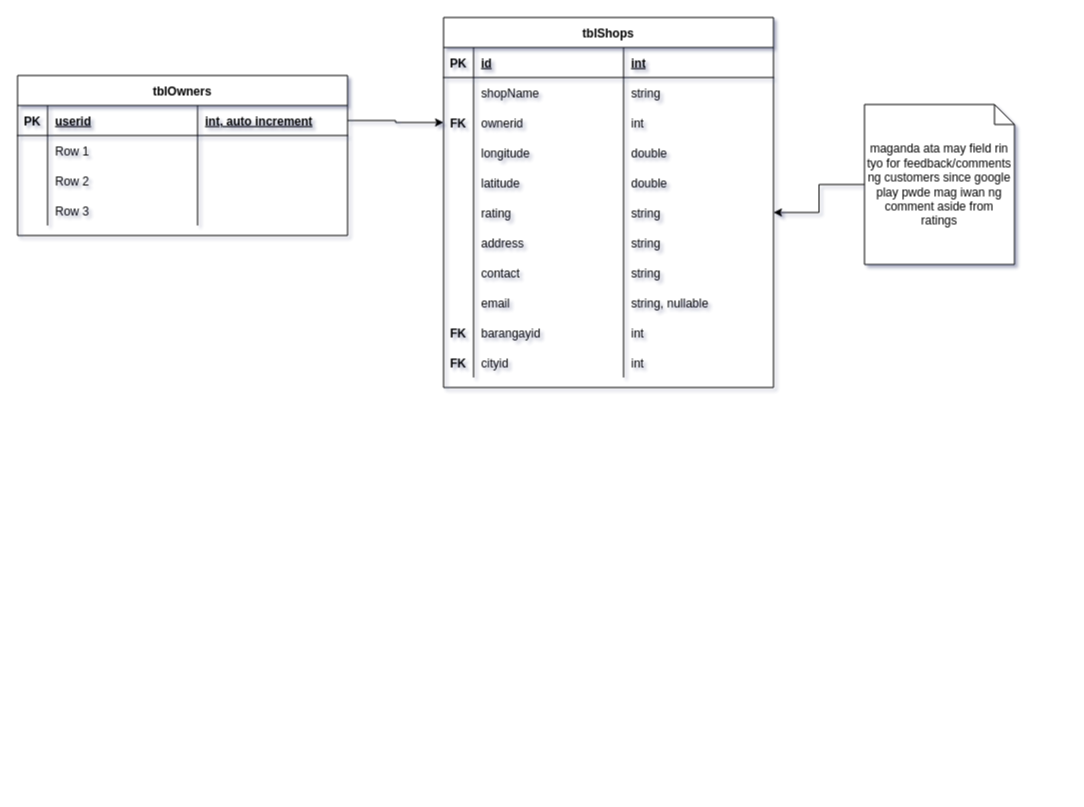
Earlier version of the draw.io diagram Diagrams/ERD.drawio (iampotato16/AppointCut). Source tidied: cells renumbered, new cells numbered last; positions are measured from the earlier drawing's top-left corner, leaving out a move shared by most shapes. Both pictures are drawn from the tidied source at 100%, with x=0, y=0 at pixel (17, 17).
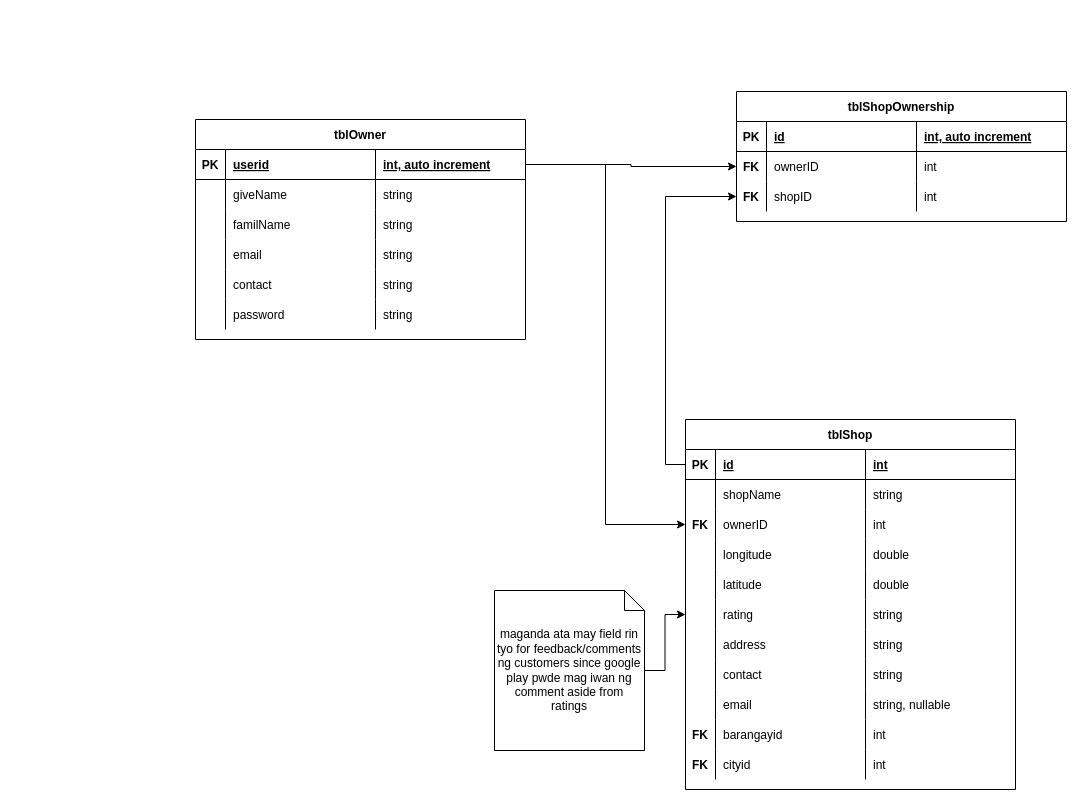
The same page after the edit.

The change refers to these unchanged cells:
```xml
<mxCell id="3" style="shape=partialRectangle;fillColor=none;top=0;left=0;bottom=1;right=0;points=[[0,0.5],[1,0.5]];portConstraint=eastwest;strokeColor=default;" parent="2" vertex="1">
  <mxGeometry y="30" width="330" height="30" as="geometry" />
</mxCell>
<mxCell id="11" style="shape=partialRectangle;fillColor=none;top=0;left=0;bottom=0;right=0;points=[[0,0.5],[1,0.5]];portConstraint=eastwest;strokeColor=default;" parent="2" vertex="1">
  <mxGeometry y="90" width="330" height="30" as="geometry" />
</mxCell>
<mxCell id="50" style="shape=partialRectangle;fillColor=none;top=0;left=0;bottom=1;right=0;points=[[0,0.5],[1,0.5]];portConstraint=eastwest;labelBackgroundColor=none;strokeColor=default;" parent="49" vertex="1">
  <mxGeometry y="30" width="330" height="30" as="geometry" />
</mxCell>
<mxCell id="54" style="shape=partialRectangle;fillColor=none;top=0;left=0;bottom=0;right=0;labelBackgroundColor=none;strokeColor=default;" parent="49" vertex="1">
  <mxGeometry y="60" width="330" height="30" as="geometry" />
</mxCell>
<mxCell id="58" style="shape=partialRectangle;fillColor=none;top=0;left=0;bottom=0;right=0;labelBackgroundColor=none;strokeColor=default;" parent="49" vertex="1">
  <mxGeometry y="90" width="330" height="30" as="geometry" />
</mxCell>
<mxCell id="62" style="shape=partialRectangle;fillColor=none;top=0;left=0;bottom=0;right=0;labelBackgroundColor=none;strokeColor=default;" parent="49" vertex="1">
  <mxGeometry y="120" width="330" height="30" as="geometry" />
</mxCell>
```

The edit, as a diff of the source:
```diff
@@
-<mxGraphModel shadow="1">
+<mxGraphModel>
@@
-    <mxCell id="2" value="tblShops" style="shape=table;startSize=30;childLayout=tableLayout;rowLines=0;fontStyle=1;align=center;strokeColor=default;" parent="1" vertex="1">
-      <mxGeometry x="426" width="330" height="370" as="geometry" />
+    <mxCell id="2" value="tblShop" style="shape=table;startSize=30;childLayout=tableLayout;rowLines=0;fontStyle=1;align=center;strokeColor=default;" parent="1" vertex="1">
+      <mxGeometry x="668" y="402" width="330" height="370" as="geometry" />
     </mxCell>
@@
-    <mxCell id="12" value="FK" style="shape=partialRectangle;fillColor=none;top=0;left=0;bottom=0;right=0;overflow=hidden;fontStyle=1;strokeColor=default;" parent="11" vertex="1">
-      <mxGeometry width="30" height="30" as="geometry" />
-    </mxCell>
-    <mxCell id="13" value="ownerid" style="shape=partialRectangle;fillColor=none;top=0;left=0;bottom=0;right=0;align=left;spacingLeft=6;overflow=hidden;strokeColor=default;" parent="11" vertex="1">
-      <mxGeometry x="30" width="150" height="30" as="geometry" />
-    </mxCell>
+    <mxCell id="67" value="FK" style="shape=partialRectangle;fillColor=none;top=0;left=0;bottom=0;right=0;overflow=hidden;strokeColor=default;fontStyle=1;" parent="11" vertex="1">
+      <mxGeometry width="30" height="30" as="geometry" />
+    </mxCell>
+    <mxCell id="68" value="ownerID" style="shape=partialRectangle;fillColor=none;top=0;left=0;bottom=0;right=0;align=left;spacingLeft=6;overflow=hidden;strokeColor=default;" parent="11" vertex="1">
+      <mxGeometry x="30" width="150" height="30" as="geometry" />
+    </mxCell>
@@
     <mxCell id="48" value="&lt;span&gt;maganda ata may field rin tyo for feedback/comments ng customers since google play pwde mag iwan ng comment aside from ratings&lt;/span&gt;" style="shape=note;size=20;whiteSpace=wrap;html=1;strokeColor=default;" parent="1" vertex="1">
-      <mxGeometry x="847" y="87" width="150" height="160" as="geometry" />
+      <mxGeometry x="477" y="573" width="150" height="160" as="geometry" />
     </mxCell>
-    <mxCell id="49" value="tblOwners" style="shape=table;startSize=30;childLayout=tableLayout;rowLines=0;fontStyle=1;align=center;labelBackgroundColor=none;fillColor=default;strokeColor=default;" parent="1" vertex="1">
-      <mxGeometry y="58" width="330" height="160" as="geometry" />
+    <mxCell id="49" value="tblOwner" style="shape=table;startSize=30;childLayout=tableLayout;rowLines=0;fontStyle=1;align=center;labelBackgroundColor=none;fillColor=default;strokeColor=default;" parent="1" vertex="1">
+      <mxGeometry x="178" y="102" width="330" height="220" as="geometry" />
     </mxCell>
@@
-    <mxCell id="56" value="Row 1" style="shape=partialRectangle;fillColor=none;top=0;left=0;bottom=0;right=0;align=left;spacingLeft=6;overflow=hidden;labelBackgroundColor=none;strokeColor=default;" parent="54" vertex="1">
+    <mxCell id="56" value="giveName" style="shape=partialRectangle;fillColor=none;top=0;left=0;bottom=0;right=0;align=left;spacingLeft=6;overflow=hidden;labelBackgroundColor=none;strokeColor=default;" parent="54" vertex="1">
       <mxGeometry x="30" width="150" height="30" as="geometry" />
     </mxCell>
-    <mxCell id="57" style="shape=partialRectangle;fillColor=none;top=0;left=0;bottom=0;right=0;align=left;spacingLeft=6;overflow=hidden;labelBackgroundColor=none;strokeColor=default;" parent="54" vertex="1">
+    <mxCell id="57" value="string" style="shape=partialRectangle;fillColor=none;top=0;left=0;bottom=0;right=0;align=left;spacingLeft=6;overflow=hidden;labelBackgroundColor=none;strokeColor=default;" parent="54" vertex="1">
       <mxGeometry x="180" width="150" height="30" as="geometry" />
     </mxCell>
@@
-    <mxCell id="60" value="Row 2" style="shape=partialRectangle;fillColor=none;top=0;left=0;bottom=0;right=0;align=left;spacingLeft=6;overflow=hidden;labelBackgroundColor=none;strokeColor=default;" parent="58" vertex="1">
+    <mxCell id="60" value="familName" style="shape=partialRectangle;fillColor=none;top=0;left=0;bottom=0;right=0;align=left;spacingLeft=6;overflow=hidden;labelBackgroundColor=none;strokeColor=default;" parent="58" vertex="1">
       <mxGeometry x="30" width="150" height="30" as="geometry" />
     </mxCell>
-    <mxCell id="61" style="shape=partialRectangle;fillColor=none;top=0;left=0;bottom=0;right=0;align=left;spacingLeft=6;overflow=hidden;labelBackgroundColor=none;strokeColor=default;" parent="58" vertex="1">
+    <mxCell id="61" value="string" style="shape=partialRectangle;fillColor=none;top=0;left=0;bottom=0;right=0;align=left;spacingLeft=6;overflow=hidden;labelBackgroundColor=none;strokeColor=default;" parent="58" vertex="1">
       <mxGeometry x="180" width="150" height="30" as="geometry" />
     </mxCell>
@@
-    <mxCell id="64" value="Row 3" style="shape=partialRectangle;fillColor=none;top=0;left=0;bottom=0;right=0;align=left;spacingLeft=6;overflow=hidden;labelBackgroundColor=none;strokeColor=default;" parent="62" vertex="1">
+    <mxCell id="64" value="email" style="shape=partialRectangle;fillColor=none;top=0;left=0;bottom=0;right=0;align=left;spacingLeft=6;overflow=hidden;labelBackgroundColor=none;strokeColor=default;" parent="62" vertex="1">
       <mxGeometry x="30" width="150" height="30" as="geometry" />
     </mxCell>
-    <mxCell id="65" style="shape=partialRectangle;fillColor=none;top=0;left=0;bottom=0;right=0;align=left;spacingLeft=6;overflow=hidden;labelBackgroundColor=none;strokeColor=default;" parent="62" vertex="1">
+    <mxCell id="65" value="string" style="shape=partialRectangle;fillColor=none;top=0;left=0;bottom=0;right=0;align=left;spacingLeft=6;overflow=hidden;labelBackgroundColor=none;strokeColor=default;" parent="62" vertex="1">
       <mxGeometry x="180" width="150" height="30" as="geometry" />
     </mxCell>
+    <mxCell id="69" style="shape=partialRectangle;fillColor=none;top=0;left=0;bottom=0;right=0;labelBackgroundColor=none;strokeColor=default;" parent="49" vertex="1">
+      <mxGeometry y="150" width="330" height="30" as="geometry" />
+    </mxCell>
+    <mxCell id="70" style="shape=partialRectangle;fillColor=none;top=0;left=0;bottom=0;right=0;overflow=hidden;labelBackgroundColor=none;strokeColor=default;" parent="69" vertex="1">
+      <mxGeometry width="30" height="30" as="geometry" />
+    </mxCell>
+    <mxCell id="71" value="contact" style="shape=partialRectangle;fillColor=none;top=0;left=0;bottom=0;right=0;align=left;spacingLeft=6;overflow=hidden;labelBackgroundColor=none;strokeColor=default;" parent="69" vertex="1">
+      <mxGeometry x="30" width="150" height="30" as="geometry" />
+    </mxCell>
+    <mxCell id="72" value="string" style="shape=partialRectangle;fillColor=none;top=0;left=0;bottom=0;right=0;align=left;spacingLeft=6;overflow=hidden;labelBackgroundColor=none;strokeColor=default;" parent="69" vertex="1">
+      <mxGeometry x="180" width="150" height="30" as="geometry" />
+    </mxCell>
+    <mxCell id="73" style="shape=partialRectangle;fillColor=none;top=0;left=0;bottom=0;right=0;labelBackgroundColor=none;strokeColor=default;" parent="49" vertex="1">
+      <mxGeometry y="180" width="330" height="30" as="geometry" />
+    </mxCell>
+    <mxCell id="74" style="shape=partialRectangle;fillColor=none;top=0;left=0;bottom=0;right=0;overflow=hidden;labelBackgroundColor=none;strokeColor=default;" parent="73" vertex="1">
+      <mxGeometry width="30" height="30" as="geometry" />
+    </mxCell>
+    <mxCell id="75" value="password" style="shape=partialRectangle;fillColor=none;top=0;left=0;bottom=0;right=0;align=left;spacingLeft=6;overflow=hidden;labelBackgroundColor=none;strokeColor=default;" parent="73" vertex="1">
+      <mxGeometry x="30" width="150" height="30" as="geometry" />
+    </mxCell>
+    <mxCell id="76" value="string" style="shape=partialRectangle;fillColor=none;top=0;left=0;bottom=0;right=0;align=left;spacingLeft=6;overflow=hidden;labelBackgroundColor=none;strokeColor=default;" parent="73" vertex="1">
+      <mxGeometry x="180" width="150" height="30" as="geometry" />
+    </mxCell>
-    <mxCell id="66" style="edgeStyle=orthogonalEdgeStyle;rounded=0;jettySize=auto;html=1;strokeColor=default;" parent="1" edge="1" source="50" target="11">
+    <mxCell id="66" style="edgeStyle=orthogonalEdgeStyle;rounded=0;jettySize=auto;html=1;strokeColor=default;" parent="1" edge="1" source="50">
       <mxGeometry relative="1" as="geometry" />
     </mxCell>
+    <mxCell id="77" value="tblShopOwnership" style="shape=table;startSize=30;childLayout=tableLayout;rowLines=0;fontStyle=1;align=center;" parent="1" vertex="1">
+      <mxGeometry x="719" y="74" width="330" height="130" as="geometry" />
+    </mxCell>
+    <mxCell id="78" style="shape=partialRectangle;fillColor=none;top=0;left=0;bottom=1;right=0;" parent="77" vertex="1">
+      <mxGeometry y="30" width="330" height="30" as="geometry" />
+    </mxCell>
+    <mxCell id="79" value="PK" style="shape=partialRectangle;fillColor=none;top=0;left=0;bottom=0;right=0;fontStyle=1;overflow=hidden;" parent="78" vertex="1">
+      <mxGeometry width="30" height="30" as="geometry" />
+    </mxCell>
+    <mxCell id="80" value="id" style="shape=partialRectangle;fillColor=none;top=0;left=0;bottom=0;right=0;align=left;spacingLeft=6;fontStyle=5;overflow=hidden;" parent="78" vertex="1">
+      <mxGeometry x="30" width="150" height="30" as="geometry" />
+    </mxCell>
+    <mxCell id="81" value="int, auto increment" style="shape=partialRectangle;fillColor=none;top=0;left=0;bottom=0;right=0;align=left;spacingLeft=6;fontStyle=5;overflow=hidden;" parent="78" vertex="1">
+      <mxGeometry x="180" width="150" height="30" as="geometry" />
+    </mxCell>
+    <mxCell id="82" style="shape=partialRectangle;fillColor=none;top=0;left=0;bottom=0;right=0;points=[[0,0.5],[1,0.5]];portConstraint=eastwest;" parent="77" vertex="1">
+      <mxGeometry y="60" width="330" height="30" as="geometry" />
+    </mxCell>
+    <mxCell id="83" value="FK" style="shape=partialRectangle;fillColor=none;top=0;left=0;bottom=0;right=0;overflow=hidden;fontStyle=1;" parent="82" vertex="1">
+      <mxGeometry width="30" height="30" as="geometry" />
+    </mxCell>
+    <mxCell id="84" value="ownerID" style="shape=partialRectangle;fillColor=none;top=0;left=0;bottom=0;right=0;align=left;spacingLeft=6;overflow=hidden;" parent="82" vertex="1">
+      <mxGeometry x="30" width="150" height="30" as="geometry" />
+    </mxCell>
+    <mxCell id="85" value="int" style="shape=partialRectangle;fillColor=none;top=0;left=0;bottom=0;right=0;align=left;spacingLeft=6;overflow=hidden;" parent="82" vertex="1">
+      <mxGeometry x="180" width="150" height="30" as="geometry" />
+    </mxCell>
+    <mxCell id="86" style="shape=partialRectangle;fillColor=none;top=0;left=0;bottom=0;right=0;points=[[0,0.5],[1,0.5]];portConstraint=eastwest;" parent="77" vertex="1">
+      <mxGeometry y="90" width="330" height="30" as="geometry" />
+    </mxCell>
+    <mxCell id="87" value="FK" style="shape=partialRectangle;fillColor=none;top=0;left=0;bottom=0;right=0;overflow=hidden;fontStyle=1;" parent="86" vertex="1">
+      <mxGeometry width="30" height="30" as="geometry" />
+    </mxCell>
+    <mxCell id="88" value="shopID" style="shape=partialRectangle;fillColor=none;top=0;left=0;bottom=0;right=0;align=left;spacingLeft=6;overflow=hidden;" parent="86" vertex="1">
+      <mxGeometry x="30" width="150" height="30" as="geometry" />
+    </mxCell>
+    <mxCell id="89" value="int" style="shape=partialRectangle;fillColor=none;top=0;left=0;bottom=0;right=0;align=left;spacingLeft=6;overflow=hidden;" parent="86" vertex="1">
+      <mxGeometry x="180" width="150" height="30" as="geometry" />
+    </mxCell>
+    <mxCell id="90" style="edgeStyle=orthogonalEdgeStyle;rounded=0;jettySize=auto;html=1;" parent="1" edge="1" source="50" target="82">
+      <mxGeometry relative="1" as="geometry" />
+    </mxCell>
+    <mxCell id="91" style="edgeStyle=orthogonalEdgeStyle;rounded=0;jettySize=auto;html=1;" parent="1" edge="1" source="3" target="86">
+      <mxGeometry relative="1" as="geometry">
+        <Array as="points">
+          <mxPoint x="648" y="447" />
+          <mxPoint x="648" y="179" />
+        </Array>
+      </mxGeometry>
+    </mxCell>
+    <mxCell id="92" style="edgeStyle=orthogonalEdgeStyle;rounded=0;jettySize=auto;html=1;" parent="1" edge="1" source="50" target="11">
+      <mxGeometry relative="1" as="geometry" />
+    </mxCell>
```
